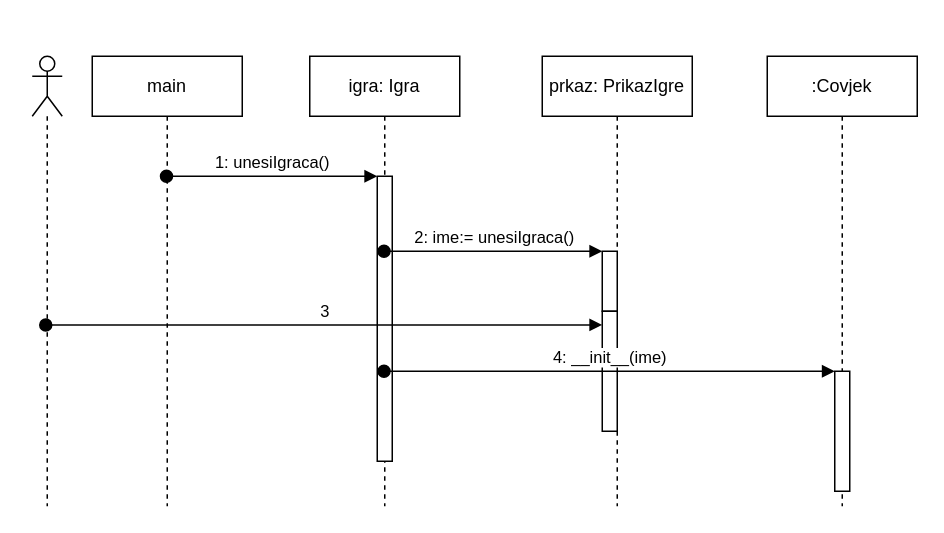
This is page "Dijagram slijeda unos igrača" (11 of 12) of dijagram.drawio from Lkrsticev/IgraVjesala, a draw.io file, before an edit. Source tidied: cells renumbered, new cells numbered last; positions are measured from the earlier drawing's top-left corner, leaving out a move shared by most shapes. Both pictures are drawn from the tidied source at 150%, with x=0, y=0 at pixel (32, 56).
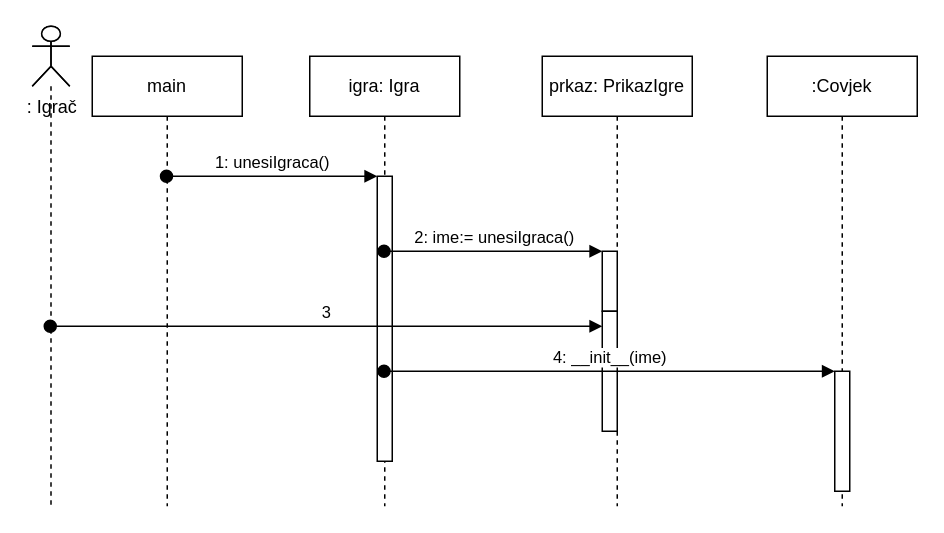
The same diagram, later.

Unchanged cells that the change refers to:
```xml
<mxCell id="11" style="html=1;points=[];perimeter=orthogonalPerimeter;" parent="1" vertex="1">
  <mxGeometry x="380" y="170" width="10" height="80" as="geometry" />
</mxCell>
```

What changed in the source:
```diff
@@
-    <mxCell id="10" style="shape=umlLifeline;participant=umlActor;perimeter=lifelinePerimeter;whiteSpace=wrap;html=1;verticalAlign=top;spacingTop=36;outlineConnect=0;size=40;" parent="1" vertex="1">
-      <mxGeometry width="20" height="300" as="geometry" />
-    </mxCell>
@@
-    <mxCell id="12" value="3" style="html=1;verticalAlign=bottom;startArrow=oval;endArrow=block;startSize=8;exitX=0.45;exitY=0.597;exitDx=0;exitDy=0;exitPerimeter=0;" parent="1" edge="1" source="10" target="11">
-      <mxGeometry relative="1" as="geometry" />
+    <mxCell id="12" value="3" style="html=1;verticalAlign=bottom;startArrow=oval;endArrow=block;startSize=8;" parent="1" edge="1" source="15" target="11">
+      <mxGeometry relative="1" as="geometry">
+        <Array as="points">
+          <mxPoint x="70" y="180" />
+        </Array>
+      </mxGeometry>
     </mxCell>
@@
+    <mxCell id="15" style="shape=umlLifeline;participant=umlActor;perimeter=lifelinePerimeter;whiteSpace=wrap;html=1;verticalAlign=top;spacingTop=36;outlineConnect=0;" parent="1" vertex="1">
+      <mxGeometry y="-20" width="25" height="320" as="geometry" />
+    </mxCell>
+    <mxCell id="16" value=": Igrač" style="shape=umlActor;verticalLabelPosition=bottom;verticalAlign=top;html=1;" parent="15" vertex="1">
+      <mxGeometry width="25" height="40" as="geometry" />
+    </mxCell>
```
